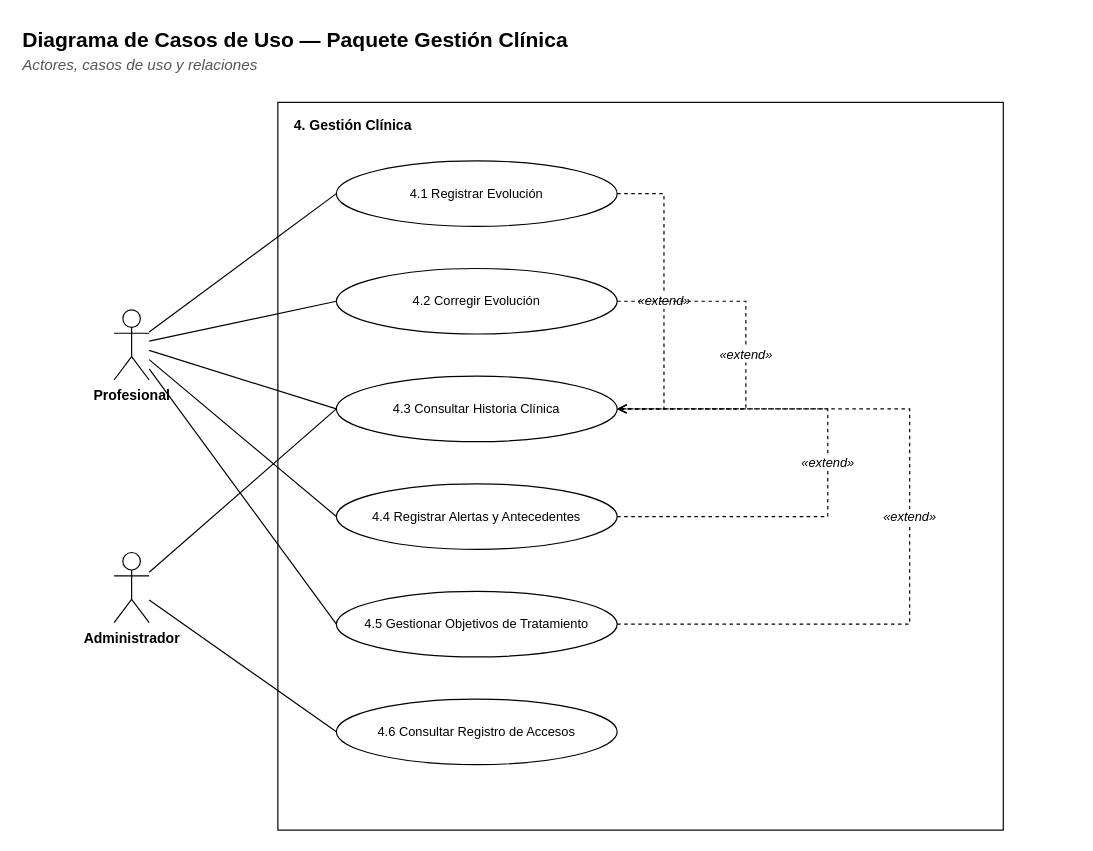
Earlier version of the draw.io diagram docs/diagramas/paquete-clinica-casos.drawio (Matiglorioso/kineturnos). Source tidied: cells renumbered, new cells numbered last; positions are measured from the earlier drawing's top-left corner, leaving out a move shared by most shapes. Both pictures are drawn from the tidied source at 117%, with x=0, y=0 at pixel (20, 20).
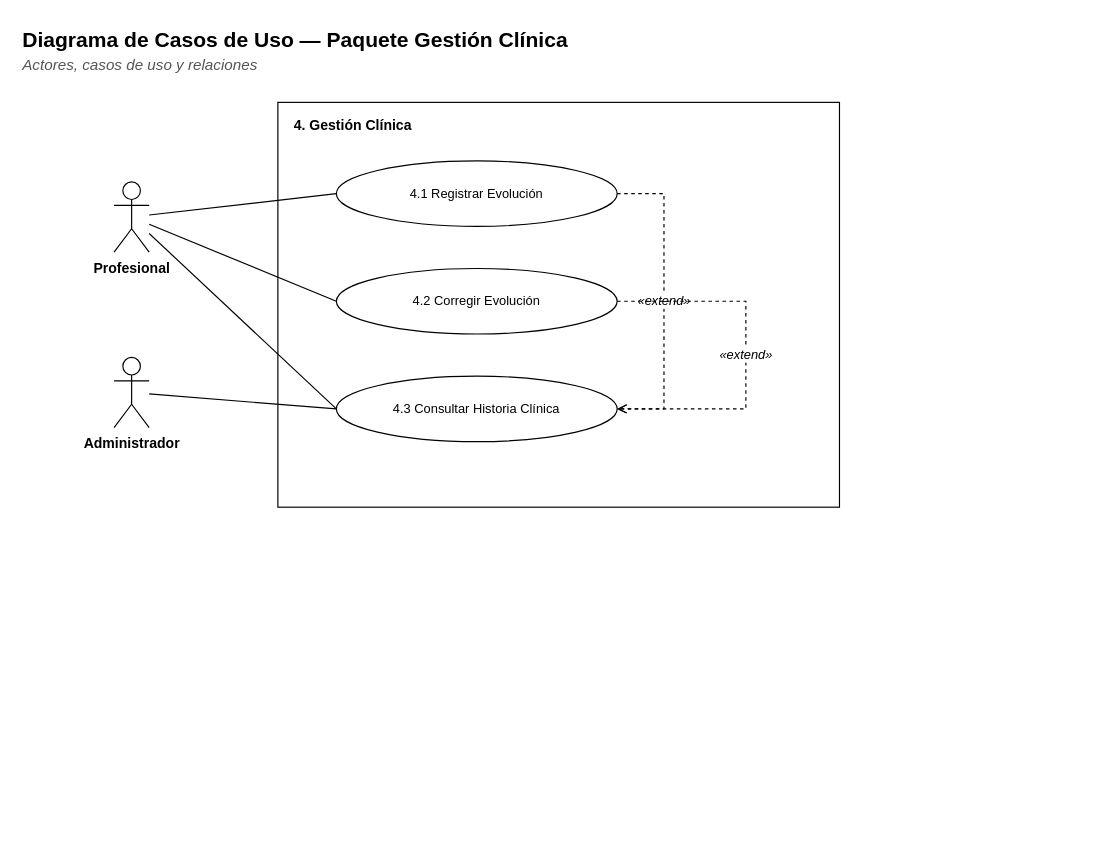
After the change.

The change refers to these unchanged cells:
```xml
<mxCell id="6" value="4.1 Registrar Evolución" style="ellipse;whiteSpace=wrap;html=1;fillColor=#FFFFFF;strokeColor=#000000;fontFamily=Helvetica;fontSize=11;" parent="1" vertex="1">
  <mxGeometry x="270" y="120" width="240" height="56" as="geometry" />
</mxCell>
<mxCell id="7" value="4.2 Corregir Evolución" style="ellipse;whiteSpace=wrap;html=1;fillColor=#FFFFFF;strokeColor=#000000;fontFamily=Helvetica;fontSize=11;" parent="1" vertex="1">
  <mxGeometry x="270" y="212" width="240" height="56" as="geometry" />
</mxCell>
<mxCell id="8" value="4.3 Consultar Historia Clínica" style="ellipse;whiteSpace=wrap;html=1;fillColor=#FFFFFF;strokeColor=#000000;fontFamily=Helvetica;fontSize=11;" parent="1" vertex="1">
  <mxGeometry x="270" y="304" width="240" height="56" as="geometry" />
</mxCell>
```

Diff of the diagram source:
```diff
@@
     <mxCell id="4" style="rounded=0;whiteSpace=wrap;html=1;fillColor=#FFFFFF;strokeColor=#000000;fontFamily=Helvetica;fontSize=12;verticalAlign=top;" parent="1" vertex="1">
-      <mxGeometry x="220" y="70" width="620" height="622" as="geometry" />
+      <mxGeometry x="220" y="70" width="480" height="346" as="geometry" />
     </mxCell>
     <mxCell id="5" value="&lt;b&gt;4. Gestión Clínica&lt;/b&gt;" style="text;html=1;strokeColor=none;fillColor=none;align=left;verticalAlign=top;whiteSpace=wrap;fontFamily=Helvetica;fontSize=12;" parent="1" vertex="1">
-      <mxGeometry x="232" y="76" width="600" height="20" as="geometry" />
+      <mxGeometry x="232" y="76" width="460" height="20" as="geometry" />
     </mxCell>
@@
-    <mxCell id="9" value="4.4 Registrar Alertas y Antecedentes" style="ellipse;whiteSpace=wrap;html=1;fillColor=#FFFFFF;strokeColor=#000000;fontFamily=Helvetica;fontSize=11;" parent="1" vertex="1">
-      <mxGeometry x="270" y="396" width="240" height="56" as="geometry" />
+    <mxCell id="9" value="Profesional" style="shape=umlActor;verticalLabelPosition=bottom;verticalAlign=top;html=1;outlineConnect=0;fillColor=#FFFFFF;strokeColor=#000000;fontFamily=Helvetica;fontSize=12;fontStyle=1;" parent="1" vertex="1">
+      <mxGeometry x="80" y="138" width="30" height="60" as="geometry" />
     </mxCell>
-    <mxCell id="10" value="4.5 Gestionar Objetivos de Tratamiento" style="ellipse;whiteSpace=wrap;html=1;fillColor=#FFFFFF;strokeColor=#000000;fontFamily=Helvetica;fontSize=11;" parent="1" vertex="1">
-      <mxGeometry x="270" y="488" width="240" height="56" as="geometry" />
+    <mxCell id="10" value="Administrador" style="shape=umlActor;verticalLabelPosition=bottom;verticalAlign=top;html=1;outlineConnect=0;fillColor=#FFFFFF;strokeColor=#000000;fontFamily=Helvetica;fontSize=12;fontStyle=1;" parent="1" vertex="1">
+      <mxGeometry x="80" y="288" width="30" height="60" as="geometry" />
     </mxCell>
-    <mxCell id="11" value="4.6 Consultar Registro de Accesos" style="ellipse;whiteSpace=wrap;html=1;fillColor=#FFFFFF;strokeColor=#000000;fontFamily=Helvetica;fontSize=11;" parent="1" vertex="1">
-      <mxGeometry x="270" y="580" width="240" height="56" as="geometry" />
+    <mxCell id="11" style="edgeStyle=none;html=1;endArrow=none;endFill=0;strokeColor=#000000;fontFamily=Helvetica;fontSize=11;labelBackgroundColor=#FFFFFF;entryX=0;entryY=0.5;entryDx=0;entryDy=0;" parent="1" edge="1" source="9" target="6">
+      <mxGeometry relative="1" as="geometry" />
     </mxCell>
-    <mxCell id="12" value="Profesional" style="shape=umlActor;verticalLabelPosition=bottom;verticalAlign=top;html=1;outlineConnect=0;fillColor=#FFFFFF;strokeColor=#000000;fontFamily=Helvetica;fontSize=12;fontStyle=1;" parent="1" vertex="1">
-      <mxGeometry x="80" y="247.3" width="30" height="60" as="geometry" />
+    <mxCell id="12" style="edgeStyle=none;html=1;endArrow=none;endFill=0;strokeColor=#000000;fontFamily=Helvetica;fontSize=11;labelBackgroundColor=#FFFFFF;entryX=0;entryY=0.5;entryDx=0;entryDy=0;" parent="1" edge="1" source="9" target="7">
+      <mxGeometry relative="1" as="geometry" />
     </mxCell>
-    <mxCell id="13" value="Administrador" style="shape=umlActor;verticalLabelPosition=bottom;verticalAlign=top;html=1;outlineConnect=0;fillColor=#FFFFFF;strokeColor=#000000;fontFamily=Helvetica;fontSize=12;fontStyle=1;" parent="1" vertex="1">
-      <mxGeometry x="80" y="454.7" width="30" height="60" as="geometry" />
+    <mxCell id="13" style="edgeStyle=none;html=1;endArrow=none;endFill=0;strokeColor=#000000;fontFamily=Helvetica;fontSize=11;labelBackgroundColor=#FFFFFF;entryX=0;entryY=0.5;entryDx=0;entryDy=0;" parent="1" edge="1" source="9" target="8">
+      <mxGeometry relative="1" as="geometry" />
     </mxCell>
-    <mxCell id="14" style="edgeStyle=none;html=1;endArrow=none;endFill=0;strokeColor=#000000;fontFamily=Helvetica;fontSize=11;labelBackgroundColor=#FFFFFF;entryX=0;entryY=0.5;entryDx=0;entryDy=0;" parent="1" edge="1" source="12" target="6">
+    <mxCell id="14" style="edgeStyle=none;html=1;endArrow=none;endFill=0;strokeColor=#000000;fontFamily=Helvetica;fontSize=11;labelBackgroundColor=#FFFFFF;entryX=0;entryY=0.5;entryDx=0;entryDy=0;" parent="1" edge="1" source="10" target="8">
       <mxGeometry relative="1" as="geometry" />
     </mxCell>
-    <mxCell id="15" style="edgeStyle=none;html=1;endArrow=none;endFill=0;strokeColor=#000000;fontFamily=Helvetica;fontSize=11;labelBackgroundColor=#FFFFFF;entryX=0;entryY=0.5;entryDx=0;entryDy=0;" parent="1" edge="1" source="12" target="7">
-      <mxGeometry relative="1" as="geometry" />
+    <mxCell id="15" value="«extend»" style="edgeStyle=orthogonalEdgeStyle;rounded=0;html=1;endArrow=open;startArrow=none;endFill=0;startFill=0;strokeColor=#000000;fontFamily=Helvetica;fontSize=11;fontStyle=2;labelBackgroundColor=#FFFFFF;dashed=1;exitX=1;exitY=0.5;exitDx=0;exitDy=0;entryX=1;entryY=0.5;entryDx=0;entryDy=0;" parent="1" edge="1" source="6" target="8">
+      <mxGeometry relative="1" as="geometry">
+        <Array as="points">
+          <mxPoint x="550" y="148" />
+          <mxPoint x="550" y="332" />
+        </Array>
+      </mxGeometry>
     </mxCell>
-    <mxCell id="16" style="edgeStyle=none;html=1;endArrow=none;endFill=0;strokeColor=#000000;fontFamily=Helvetica;fontSize=11;labelBackgroundColor=#FFFFFF;entryX=0;entryY=0.5;entryDx=0;entryDy=0;" parent="1" edge="1" source="12" target="8">
-      <mxGeometry relative="1" as="geometry" />
+    <mxCell id="16" value="«extend»" style="edgeStyle=orthogonalEdgeStyle;rounded=0;html=1;endArrow=open;startArrow=none;endFill=0;startFill=0;strokeColor=#000000;fontFamily=Helvetica;fontSize=11;fontStyle=2;labelBackgroundColor=#FFFFFF;dashed=1;exitX=1;exitY=0.5;exitDx=0;exitDy=0;entryX=1;entryY=0.5;entryDx=0;entryDy=0;" parent="1" edge="1" source="7" target="8">
+      <mxGeometry relative="1" as="geometry">
+        <Array as="points">
+          <mxPoint x="620" y="240" />
+          <mxPoint x="620" y="332" />
+        </Array>
+      </mxGeometry>
     </mxCell>
-    <mxCell id="17" style="edgeStyle=none;html=1;endArrow=none;endFill=0;strokeColor=#000000;fontFamily=Helvetica;fontSize=11;labelBackgroundColor=#FFFFFF;entryX=0;entryY=0.5;entryDx=0;entryDy=0;" parent="1" edge="1" source="13" target="8">
-      <mxGeometry relative="1" as="geometry" />
-    </mxCell>
-    <mxCell id="18" style="edgeStyle=none;html=1;endArrow=none;endFill=0;strokeColor=#000000;fontFamily=Helvetica;fontSize=11;labelBackgroundColor=#FFFFFF;entryX=0;entryY=0.5;entryDx=0;entryDy=0;" parent="1" edge="1" source="12" target="9">
-      <mxGeometry relative="1" as="geometry" />
-    </mxCell>
-    <mxCell id="19" style="edgeStyle=none;html=1;endArrow=none;endFill=0;strokeColor=#000000;fontFamily=Helvetica;fontSize=11;labelBackgroundColor=#FFFFFF;entryX=0;entryY=0.5;entryDx=0;entryDy=0;" parent="1" edge="1" source="12" target="10">
-      <mxGeometry relative="1" as="geometry" />
-    </mxCell>
-    <mxCell id="20" style="edgeStyle=none;html=1;endArrow=none;endFill=0;strokeColor=#000000;fontFamily=Helvetica;fontSize=11;labelBackgroundColor=#FFFFFF;entryX=0;entryY=0.5;entryDx=0;entryDy=0;" parent="1" edge="1" source="13" target="11">
-      <mxGeometry relative="1" as="geometry" />
-    </mxCell>
-    <mxCell id="21" value="«extend»" style="edgeStyle=orthogonalEdgeStyle;rounded=0;html=1;endArrow=open;startArrow=none;endFill=0;startFill=0;strokeColor=#000000;fontFamily=Helvetica;fontSize=11;fontStyle=2;labelBackgroundColor=#FFFFFF;dashed=1;exitX=1;exitY=0.5;exitDx=0;exitDy=0;entryX=1;entryY=0.5;entryDx=0;entryDy=0;" parent="1" edge="1" source="6" target="8">
-      <mxGeometry relative="1" as="geometry">
-        <Array as="points">
-          <mxPoint x="550" y="148" />
-          <mxPoint x="550" y="332" />
-        </Array>
-      </mxGeometry>
-    </mxCell>
-    <mxCell id="22" value="«extend»" style="edgeStyle=orthogonalEdgeStyle;rounded=0;html=1;endArrow=open;startArrow=none;endFill=0;startFill=0;strokeColor=#000000;fontFamily=Helvetica;fontSize=11;fontStyle=2;labelBackgroundColor=#FFFFFF;dashed=1;exitX=1;exitY=0.5;exitDx=0;exitDy=0;entryX=1;entryY=0.5;entryDx=0;entryDy=0;" parent="1" edge="1" source="7" target="8">
-      <mxGeometry relative="1" as="geometry">
-        <Array as="points">
-          <mxPoint x="620" y="240" />
-          <mxPoint x="620" y="332" />
-        </Array>
-      </mxGeometry>
-    </mxCell>
-    <mxCell id="23" value="«extend»" style="edgeStyle=orthogonalEdgeStyle;rounded=0;html=1;endArrow=open;startArrow=none;endFill=0;startFill=0;strokeColor=#000000;fontFamily=Helvetica;fontSize=11;fontStyle=2;labelBackgroundColor=#FFFFFF;dashed=1;exitX=1;exitY=0.5;exitDx=0;exitDy=0;entryX=1;entryY=0.5;entryDx=0;entryDy=0;" parent="1" edge="1" source="9" target="8">
-      <mxGeometry relative="1" as="geometry">
-        <Array as="points">
-          <mxPoint x="690" y="424" />
-          <mxPoint x="690" y="332" />
-        </Array>
-      </mxGeometry>
-    </mxCell>
-    <mxCell id="24" value="«extend»" style="edgeStyle=orthogonalEdgeStyle;rounded=0;html=1;endArrow=open;startArrow=none;endFill=0;startFill=0;strokeColor=#000000;fontFamily=Helvetica;fontSize=11;fontStyle=2;labelBackgroundColor=#FFFFFF;dashed=1;exitX=1;exitY=0.5;exitDx=0;exitDy=0;entryX=1;entryY=0.5;entryDx=0;entryDy=0;" parent="1" edge="1" source="10" target="8">
-      <mxGeometry relative="1" as="geometry">
-        <Array as="points">
-          <mxPoint x="760" y="516" />
-          <mxPoint x="760" y="332" />
-        </Array>
-      </mxGeometry>
-    </mxCell>
```
